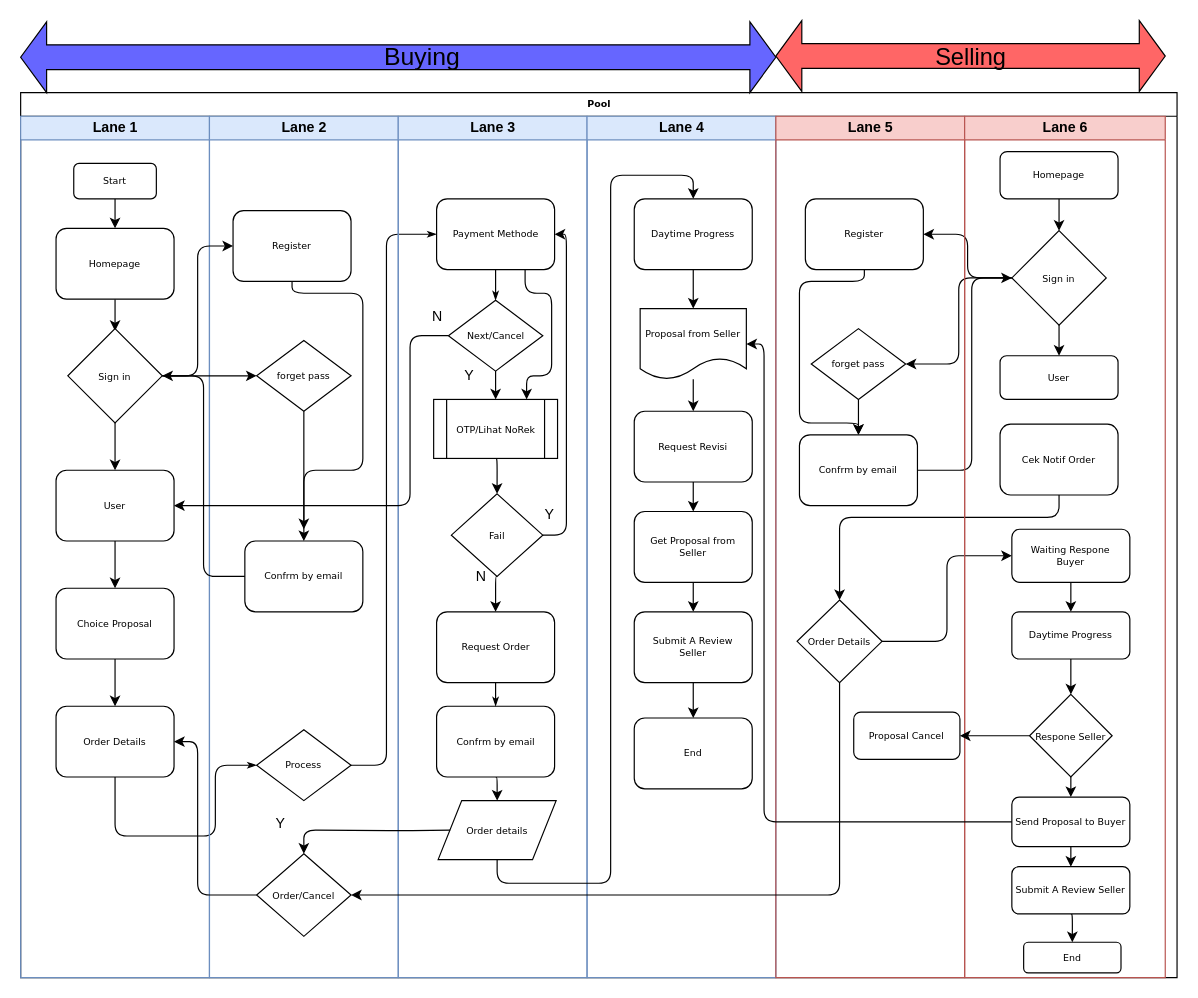
Above: page "Flow Buyer" (2 of 4) of Diagram Tanpa Judul.drawio in ahmadfaqih-dev/Flowchart (draw.io), before the change. Source tidied: cells renumbered, new cells numbered last; positions are measured from the earlier drawing's top-left corner, leaving out a move shared by most shapes. Both pictures are drawn from the tidied source at 118%, with x=0, y=0 at pixel (20, 20).
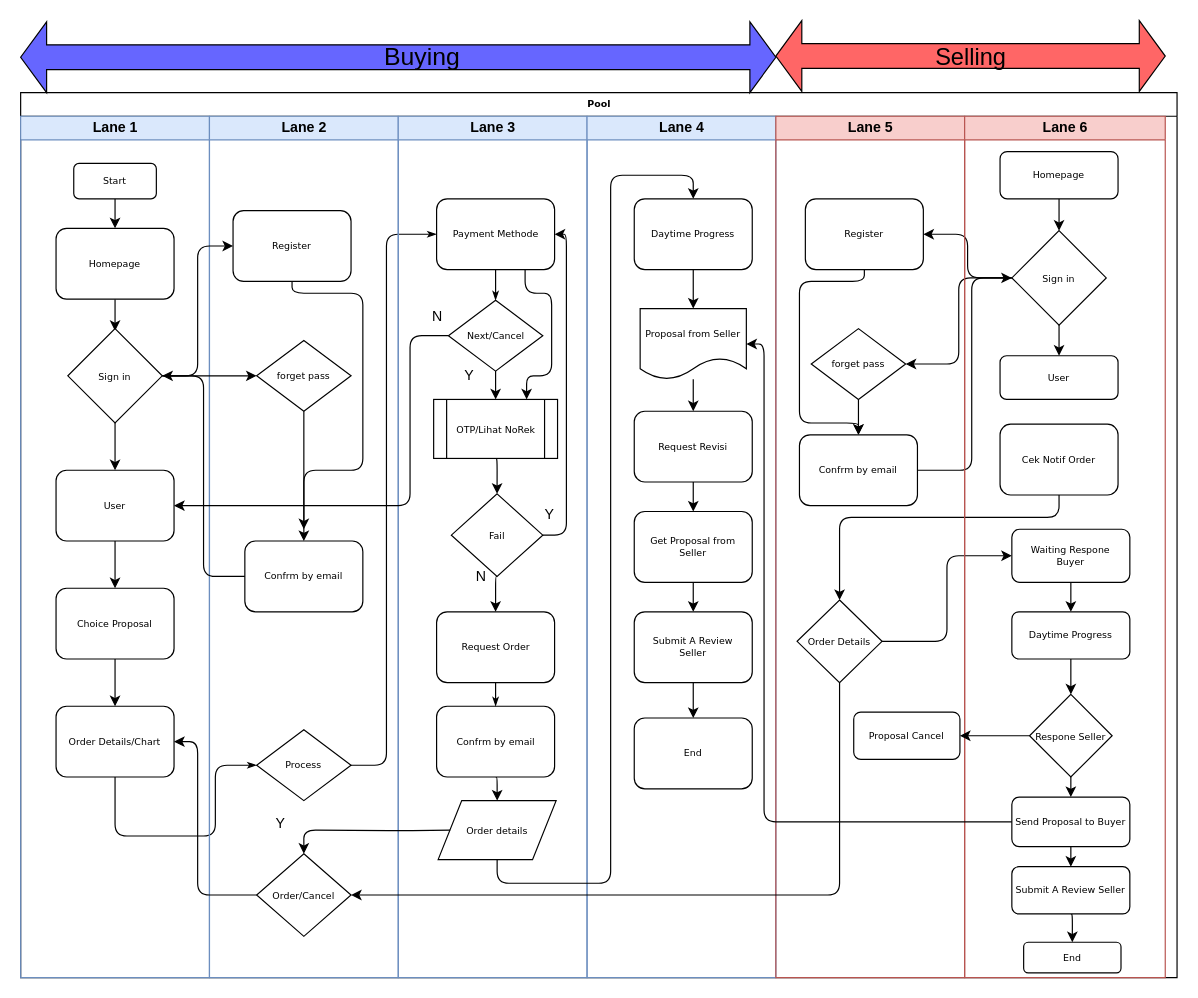
The same diagram, later.

Unchanged cells that the change refers to:
```xml
<mxCell id="5" value="Lane 1" style="swimlane;html=1;startSize=20;fillColor=#dae8fc;strokeColor=#6c8ebf;" parent="2" vertex="1">
  <mxGeometry y="20" width="160" height="730" as="geometry" />
</mxCell>
```

Change to the diagram source:
```diff
@@
-    <mxCell id="8" value="Order Details" style="rounded=1;whiteSpace=wrap;html=1;shadow=0;labelBackgroundColor=none;strokeWidth=1;fontFamily=Verdana;fontSize=8;align=center;" parent="5" vertex="1">
+    <mxCell id="8" value="Order Details/Chart" style="rounded=1;whiteSpace=wrap;html=1;shadow=0;labelBackgroundColor=none;strokeWidth=1;fontFamily=Verdana;fontSize=8;align=center;" parent="5" vertex="1">
       <mxGeometry x="30" y="500" width="100" height="60" as="geometry" />
     </mxCell>
```
